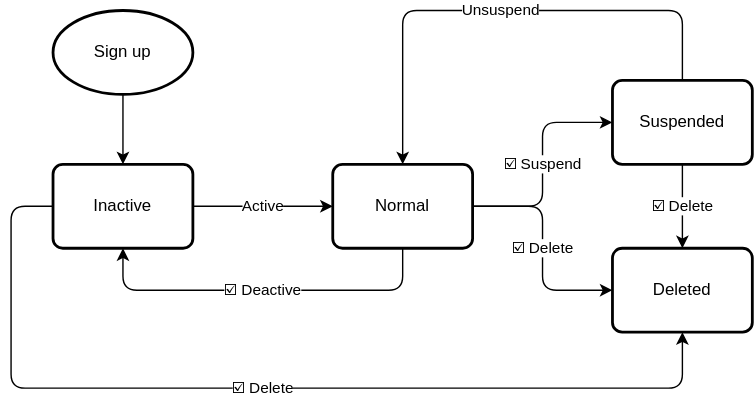
Above: zh-CN/img/docs/users-user-status.drawio.svg in Octobug/answer-website (draw.io), before the change. Source tidied: cells renumbered, new cells last; positions are measured from the earlier drawing's top-left corner, leaving out a move shared by most shapes. Its diagram source:
```xml
<mxGraphModel>
  <root>
    <mxCell id="0" />
    <mxCell id="1" parent="0" />
    <mxCell id="2" style="edgeStyle=orthogonalEdgeStyle;html=1;entryX=0.5;entryY=0;entryDx=0;entryDy=0;" parent="1" edge="1" source="3" target="6">
      <mxGeometry relative="1" as="geometry" />
    </mxCell>
    <mxCell id="3" value="Sign up" style="strokeWidth=2;html=1;shape=mxgraph.flowchart.start_1;whiteSpace=wrap;" parent="1" vertex="1">
      <mxGeometry x="30" width="100" height="60" as="geometry" />
    </mxCell>
    <mxCell id="4" value="Active" style="edgeStyle=none;html=1;entryX=0;entryY=0.5;entryDx=0;entryDy=0;" parent="1" edge="1" source="6" target="10">
      <mxGeometry relative="1" as="geometry" />
    </mxCell>
    <mxCell id="5" value="☑️ Delete" style="edgeStyle=orthogonalEdgeStyle;html=1;entryX=0.5;entryY=1;entryDx=0;entryDy=0;exitX=0;exitY=0.5;exitDx=0;exitDy=0;" parent="1" edge="1" source="6" target="14">
      <mxGeometry relative="1" as="geometry">
        <Array as="points">
          <mxPoint y="140" />
          <mxPoint y="270" />
          <mxPoint x="480" y="270" />
        </Array>
      </mxGeometry>
    </mxCell>
    <mxCell id="6" value="Inactive" style="rounded=1;whiteSpace=wrap;html=1;absoluteArcSize=1;arcSize=14;strokeWidth=2;" parent="1" vertex="1">
      <mxGeometry x="30" y="110" width="100" height="60" as="geometry" />
    </mxCell>
    <mxCell id="7" value="☑️ Suspend" style="edgeStyle=orthogonalEdgeStyle;html=1;entryX=0;entryY=0.5;entryDx=0;entryDy=0;" parent="1" edge="1" source="10" target="13">
      <mxGeometry relative="1" as="geometry" />
    </mxCell>
    <mxCell id="8" value="☑️ Delete" style="edgeStyle=orthogonalEdgeStyle;html=1;entryX=0;entryY=0.5;entryDx=0;entryDy=0;" parent="1" edge="1" source="10" target="14">
      <mxGeometry relative="1" as="geometry" />
    </mxCell>
    <mxCell id="9" value="☑️ Deactive" style="edgeStyle=orthogonalEdgeStyle;html=1;entryX=0.5;entryY=1;entryDx=0;entryDy=0;exitX=0.5;exitY=1;exitDx=0;exitDy=0;" parent="1" edge="1" source="10" target="6">
      <mxGeometry relative="1" as="geometry">
        <Array as="points">
          <mxPoint x="280" y="200" />
          <mxPoint x="80" y="200" />
        </Array>
      </mxGeometry>
    </mxCell>
    <mxCell id="10" value="Normal" style="rounded=1;whiteSpace=wrap;html=1;absoluteArcSize=1;arcSize=14;strokeWidth=2;" parent="1" vertex="1">
      <mxGeometry x="230" y="110" width="100" height="60" as="geometry" />
    </mxCell>
    <mxCell id="11" value="☑️ Delete" style="edgeStyle=orthogonalEdgeStyle;html=1;entryX=0.5;entryY=0;entryDx=0;entryDy=0;" parent="1" edge="1" source="13" target="14">
      <mxGeometry relative="1" as="geometry" />
    </mxCell>
    <mxCell id="12" value="Unsuspend" style="edgeStyle=orthogonalEdgeStyle;html=1;entryX=0.5;entryY=0;entryDx=0;entryDy=0;exitX=0.5;exitY=0;exitDx=0;exitDy=0;" parent="1" edge="1" source="13" target="10">
      <mxGeometry relative="1" as="geometry">
        <Array as="points">
          <mxPoint x="480" />
          <mxPoint x="280" />
        </Array>
      </mxGeometry>
    </mxCell>
    <mxCell id="13" value="Suspended" style="rounded=1;whiteSpace=wrap;html=1;absoluteArcSize=1;arcSize=14;strokeWidth=2;" parent="1" vertex="1">
      <mxGeometry x="430" y="50" width="100" height="60" as="geometry" />
    </mxCell>
    <mxCell id="14" value="Deleted" style="rounded=1;whiteSpace=wrap;html=1;absoluteArcSize=1;arcSize=14;strokeWidth=2;" parent="1" vertex="1">
      <mxGeometry x="430" y="170" width="100" height="60" as="geometry" />
    </mxCell>
  </root>
</mxGraphModel>
```
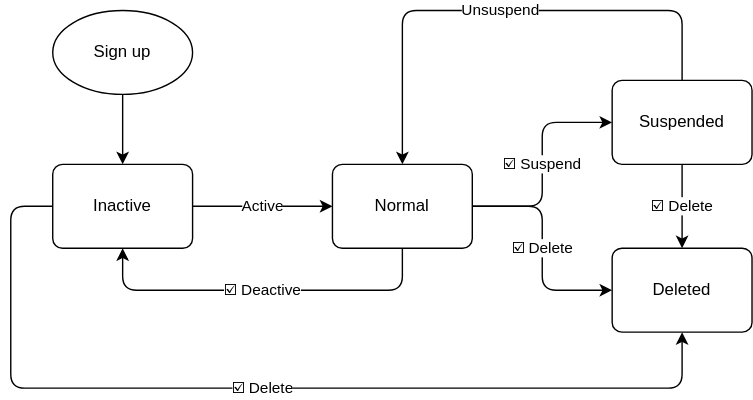
After the commit.

What changed in the source:
```diff
@@ -5,7 +5,7 @@
     <mxCell id="2" style="edgeStyle=orthogonalEdgeStyle;html=1;entryX=0.5;entryY=0;entryDx=0;entryDy=0;" parent="1" edge="1" source="3" target="6">
       <mxGeometry relative="1" as="geometry" />
     </mxCell>
-    <mxCell id="3" value="Sign up" style="strokeWidth=2;html=1;shape=mxgraph.flowchart.start_1;whiteSpace=wrap;" parent="1" vertex="1">
+    <mxCell id="3" value="Sign up" style="strokeWidth=1;html=1;shape=mxgraph.flowchart.start_1;whiteSpace=wrap;" parent="1" vertex="1">
       <mxGeometry x="30" width="100" height="60" as="geometry" />
     </mxCell>
     <mxCell id="4" value="Active" style="edgeStyle=none;html=1;entryX=0;entryY=0.5;entryDx=0;entryDy=0;" parent="1" edge="1" source="6" target="10">
@@ -20,7 +20,7 @@
         </Array>
       </mxGeometry>
     </mxCell>
-    <mxCell id="6" value="Inactive" style="rounded=1;whiteSpace=wrap;html=1;absoluteArcSize=1;arcSize=14;strokeWidth=2;" parent="1" vertex="1">
+    <mxCell id="6" value="Inactive" style="rounded=1;whiteSpace=wrap;html=1;absoluteArcSize=1;arcSize=14;strokeWidth=1;" parent="1" vertex="1">
       <mxGeometry x="30" y="110" width="100" height="60" as="geometry" />
     </mxCell>
     <mxCell id="7" value="☑️ Suspend" style="edgeStyle=orthogonalEdgeStyle;html=1;entryX=0;entryY=0.5;entryDx=0;entryDy=0;" parent="1" edge="1" source="10" target="13">
@@ -37,7 +37,7 @@
         </Array>
       </mxGeometry>
     </mxCell>
-    <mxCell id="10" value="Normal" style="rounded=1;whiteSpace=wrap;html=1;absoluteArcSize=1;arcSize=14;strokeWidth=2;" parent="1" vertex="1">
+    <mxCell id="10" value="Normal" style="rounded=1;whiteSpace=wrap;html=1;absoluteArcSize=1;arcSize=14;strokeWidth=1;" parent="1" vertex="1">
       <mxGeometry x="230" y="110" width="100" height="60" as="geometry" />
     </mxCell>
     <mxCell id="11" value="☑️ Delete" style="edgeStyle=orthogonalEdgeStyle;html=1;entryX=0.5;entryY=0;entryDx=0;entryDy=0;" parent="1" edge="1" source="13" target="14">
@@ -51,10 +51,10 @@
         </Array>
       </mxGeometry>
     </mxCell>
-    <mxCell id="13" value="Suspended" style="rounded=1;whiteSpace=wrap;html=1;absoluteArcSize=1;arcSize=14;strokeWidth=2;" parent="1" vertex="1">
+    <mxCell id="13" value="Suspended" style="rounded=1;whiteSpace=wrap;html=1;absoluteArcSize=1;arcSize=14;strokeWidth=1;" parent="1" vertex="1">
       <mxGeometry x="430" y="50" width="100" height="60" as="geometry" />
     </mxCell>
-    <mxCell id="14" value="Deleted" style="rounded=1;whiteSpace=wrap;html=1;absoluteArcSize=1;arcSize=14;strokeWidth=2;" parent="1" vertex="1">
+    <mxCell id="14" value="Deleted" style="rounded=1;whiteSpace=wrap;html=1;absoluteArcSize=1;arcSize=14;strokeWidth=1;" parent="1" vertex="1">
       <mxGeometry x="430" y="170" width="100" height="60" as="geometry" />
     </mxCell>
   </root>
```
